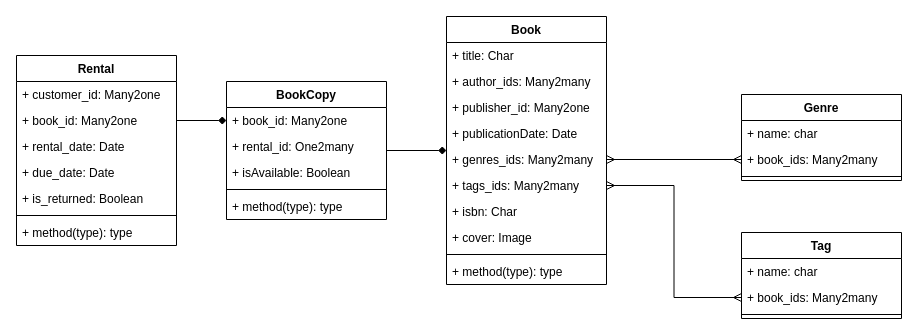
The draw.io diagram bs-library/models/diagram.drawio in jot-odoo/technical-training, before the edit. Source tidied: cells renumbered, new cells numbered last; positions are measured from the earlier drawing's top-left corner, leaving out a move shared by most shapes. Both pictures are drawn from the tidied source at 100%, with x=0, y=0 at pixel (16, 16).
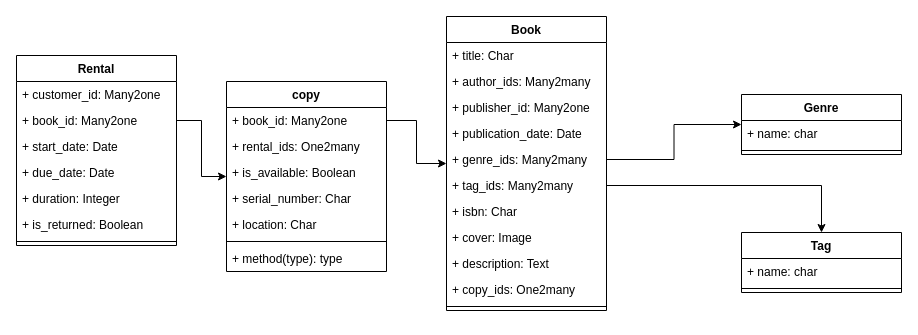
After the change.

Unchanged cells that the change refers to:
```xml
<mxCell id="17" value="Rental" style="swimlane;fontStyle=1;align=center;verticalAlign=top;horizontal=1;startSize=26;" parent="1" vertex="1">
  <mxGeometry y="39" width="160" height="190" as="geometry" />
</mxCell>
<mxCell id="19" value="+ book_id: Many2one" style="text;strokeColor=none;fillColor=none;align=left;verticalAlign=top;spacingLeft=4;spacingRight=4;overflow=hidden;points=[[0,0.5],[1,0.5]];portConstraint=eastwest;" parent="17" vertex="1">
  <mxGeometry y="52" width="160" height="26" as="geometry" />
</mxCell>
<mxCell id="27" value="+ book_id: Many2one" style="text;strokeColor=none;fillColor=none;align=left;verticalAlign=top;spacingLeft=4;spacingRight=4;overflow=hidden;points=[[0,0.5],[1,0.5]];portConstraint=eastwest;" parent="26" vertex="1">
  <mxGeometry y="26" width="160" height="26" as="geometry" />
</mxCell>
```

Diff of the diagram source:
```diff
@@
     <mxCell id="2" value="Book" style="swimlane;fontStyle=1;align=center;verticalAlign=top;horizontal=1;startSize=26;" parent="1" vertex="1">
-      <mxGeometry x="430" width="160" height="268" as="geometry" />
+      <mxGeometry x="430" width="160" height="294" as="geometry" />
     </mxCell>
@@
-    <mxCell id="6" value="+ publicationDate: Date" style="text;strokeColor=none;fillColor=none;align=left;verticalAlign=top;spacingLeft=4;spacingRight=4;overflow=hidden;" parent="2" vertex="1">
+    <mxCell id="6" value="+ publication_date: Date" style="text;strokeColor=none;fillColor=none;align=left;verticalAlign=top;spacingLeft=4;spacingRight=4;overflow=hidden;" parent="2" vertex="1">
       <mxGeometry y="104" width="160" height="26" as="geometry" />
     </mxCell>
-    <mxCell id="7" value="+ genres_ids: Many2many" style="text;strokeColor=none;fillColor=none;align=left;verticalAlign=top;spacingLeft=4;spacingRight=4;overflow=hidden;points=[[0,0.5],[1,0.5]];portConstraint=eastwest;" parent="2" vertex="1">
+    <mxCell id="7" value="+ genre_ids: Many2many" style="text;strokeColor=none;fillColor=none;align=left;verticalAlign=top;spacingLeft=4;spacingRight=4;overflow=hidden;points=[[0,0.5],[1,0.5]];portConstraint=eastwest;" parent="2" vertex="1">
       <mxGeometry y="130" width="160" height="26" as="geometry" />
     </mxCell>
-    <mxCell id="8" value="+ tags_ids: Many2many" style="text;strokeColor=none;fillColor=none;align=left;verticalAlign=top;spacingLeft=4;spacingRight=4;overflow=hidden;points=[[0,0.5],[1,0.5]];portConstraint=eastwest;" parent="2" vertex="1">
+    <mxCell id="8" value="+ tag_ids: Many2many" style="text;strokeColor=none;fillColor=none;align=left;verticalAlign=top;spacingLeft=4;spacingRight=4;overflow=hidden;points=[[0,0.5],[1,0.5]];portConstraint=eastwest;" parent="2" vertex="1">
       <mxGeometry y="156" width="160" height="26" as="geometry" />
     </mxCell>
@@
+    <mxCell id="39" value="+ description: Text" style="text;strokeColor=none;fillColor=none;align=left;verticalAlign=top;spacingLeft=4;spacingRight=4;overflow=hidden;" parent="2" vertex="1">
+      <mxGeometry y="234" width="160" height="26" as="geometry" />
+    </mxCell>
+    <mxCell id="40" value="+ copy_ids: One2many" style="text;strokeColor=none;fillColor=none;align=left;verticalAlign=top;spacingLeft=4;spacingRight=4;overflow=hidden;" parent="2" vertex="1">
+      <mxGeometry y="260" width="160" height="26" as="geometry" />
+    </mxCell>
     <mxCell id="11" style="line;strokeWidth=1;fillColor=none;align=left;verticalAlign=middle;spacingTop=-1;spacingLeft=3;spacingRight=3;labelPosition=right;" parent="2" vertex="1">
-      <mxGeometry y="234" width="160" height="8" as="geometry" />
+      <mxGeometry y="286" width="160" height="8" as="geometry" />
     </mxCell>
-    <mxCell id="12" value="+ method(type): type" style="text;strokeColor=none;fillColor=none;align=left;verticalAlign=top;spacingLeft=4;spacingRight=4;overflow=hidden;" parent="2" vertex="1">
-      <mxGeometry y="242" width="160" height="26" as="geometry" />
-    </mxCell>
     <mxCell id="13" value="Genre" style="swimlane;fontStyle=1;align=center;verticalAlign=top;horizontal=1;startSize=26;" parent="1" vertex="1">
-      <mxGeometry x="725" y="78" width="160" height="86" as="geometry" />
+      <mxGeometry x="725" y="78" width="160" height="60" as="geometry" />
     </mxCell>
@@
-    <mxCell id="15" value="+ book_ids: Many2many" style="text;strokeColor=none;fillColor=none;align=left;verticalAlign=top;spacingLeft=4;spacingRight=4;overflow=hidden;points=[[0,0.5],[1,0.5]];portConstraint=eastwest;" parent="13" vertex="1">
-      <mxGeometry y="52" width="160" height="26" as="geometry" />
-    </mxCell>
     <mxCell id="16" style="line;strokeWidth=1;fillColor=none;align=left;verticalAlign=middle;spacingTop=-1;spacingLeft=3;spacingRight=3;labelPosition=right;" parent="13" vertex="1">
-      <mxGeometry y="78" width="160" height="8" as="geometry" />
+      <mxGeometry y="52" width="160" height="8" as="geometry" />
     </mxCell>
@@
-    <mxCell id="20" value="+ rental_date: Date" style="text;strokeColor=none;fillColor=none;align=left;verticalAlign=top;spacingLeft=4;spacingRight=4;overflow=hidden;" parent="17" vertex="1">
+    <mxCell id="20" value="+ start_date: Date" style="text;strokeColor=none;fillColor=none;align=left;verticalAlign=top;spacingLeft=4;spacingRight=4;overflow=hidden;" parent="17" vertex="1">
       <mxGeometry y="78" width="160" height="26" as="geometry" />
     </mxCell>
@@
+    <mxCell id="41" value="+ duration: Integer" style="text;strokeColor=none;fillColor=none;align=left;verticalAlign=top;spacingLeft=4;spacingRight=4;overflow=hidden;" parent="17" vertex="1">
+      <mxGeometry y="130" width="160" height="26" as="geometry" />
+    </mxCell>
     <mxCell id="22" value="+ is_returned: Boolean" style="text;strokeColor=none;fillColor=none;align=left;verticalAlign=top;spacingLeft=4;spacingRight=4;overflow=hidden;" parent="17" vertex="1">
-      <mxGeometry y="130" width="160" height="26" as="geometry" />
+      <mxGeometry y="156" width="160" height="26" as="geometry" />
     </mxCell>
     <mxCell id="23" style="line;strokeWidth=1;fillColor=none;align=left;verticalAlign=middle;spacingTop=-1;spacingLeft=3;spacingRight=3;labelPosition=right;" parent="17" vertex="1">
-      <mxGeometry y="156" width="160" height="8" as="geometry" />
+      <mxGeometry y="182" width="160" height="8" as="geometry" />
     </mxCell>
-    <mxCell id="24" value="+ method(type): type" style="text;strokeColor=none;fillColor=none;align=left;verticalAlign=top;spacingLeft=4;spacingRight=4;overflow=hidden;" parent="17" vertex="1">
-      <mxGeometry y="164" width="160" height="26" as="geometry" />
-    </mxCell>
-    <mxCell id="25" style="edgeStyle=orthogonalEdgeStyle;rounded=0;jettySize=auto;html=1;startArrow=none;startFill=0;endArrow=diamond;endFill=1;" parent="1" edge="1" source="26" target="2">
-      <mxGeometry relative="1" as="geometry" />
-    </mxCell>
-    <mxCell id="26" value="BookCopy" style="swimlane;fontStyle=1;align=center;verticalAlign=top;horizontal=1;startSize=26;" parent="1" vertex="1">
-      <mxGeometry x="210" y="65" width="160" height="138" as="geometry" />
+    <mxCell id="26" value="copy" style="swimlane;fontStyle=1;align=center;verticalAlign=top;horizontal=1;startSize=26;" parent="1" vertex="1">
+      <mxGeometry x="210" y="65" width="160" height="190" as="geometry" />
     </mxCell>
@@
-    <mxCell id="28" value="+ rental_id: One2many" style="text;strokeColor=none;fillColor=none;align=left;verticalAlign=top;spacingLeft=4;spacingRight=4;overflow=hidden;" parent="26" vertex="1">
+    <mxCell id="28" value="+ rental_ids: One2many" style="text;strokeColor=none;fillColor=none;align=left;verticalAlign=top;spacingLeft=4;spacingRight=4;overflow=hidden;" parent="26" vertex="1">
       <mxGeometry y="52" width="160" height="26" as="geometry" />
     </mxCell>
-    <mxCell id="29" value="+ isAvailable: Boolean" style="text;strokeColor=none;fillColor=none;align=left;verticalAlign=top;spacingLeft=4;spacingRight=4;overflow=hidden;" parent="26" vertex="1">
+    <mxCell id="29" value="+ is_available: Boolean" style="text;strokeColor=none;fillColor=none;align=left;verticalAlign=top;spacingLeft=4;spacingRight=4;overflow=hidden;" parent="26" vertex="1">
       <mxGeometry y="78" width="160" height="26" as="geometry" />
     </mxCell>
+    <mxCell id="42" value="+ serial_number: Char" style="text;strokeColor=none;fillColor=none;align=left;verticalAlign=top;spacingLeft=4;spacingRight=4;overflow=hidden;" parent="26" vertex="1">
+      <mxGeometry y="104" width="160" height="26" as="geometry" />
+    </mxCell>
+    <mxCell id="43" value="+ location: Char" style="text;strokeColor=none;fillColor=none;align=left;verticalAlign=top;spacingLeft=4;spacingRight=4;overflow=hidden;" parent="26" vertex="1">
+      <mxGeometry y="130" width="160" height="26" as="geometry" />
+    </mxCell>
     <mxCell id="30" style="line;strokeWidth=1;fillColor=none;align=left;verticalAlign=middle;spacingTop=-1;spacingLeft=3;spacingRight=3;labelPosition=right;" parent="26" vertex="1">
-      <mxGeometry y="104" width="160" height="8" as="geometry" />
+      <mxGeometry y="156" width="160" height="8" as="geometry" />
     </mxCell>
     <mxCell id="31" value="+ method(type): type" style="text;strokeColor=none;fillColor=none;align=left;verticalAlign=top;spacingLeft=4;spacingRight=4;overflow=hidden;" parent="26" vertex="1">
-      <mxGeometry y="112" width="160" height="26" as="geometry" />
+      <mxGeometry y="164" width="160" height="26" as="geometry" />
     </mxCell>
-    <mxCell id="32" style="edgeStyle=orthogonalEdgeStyle;rounded=0;jettySize=auto;html=1;startArrow=ERmany;startFill=0;endArrow=ERmany;endFill=0;" parent="1" edge="1" source="15" target="7">
-      <mxGeometry relative="1" as="geometry" />
-    </mxCell>
     <mxCell id="33" value="Tag" style="swimlane;fontStyle=1;align=center;verticalAlign=top;horizontal=1;startSize=26;" parent="1" vertex="1">
-      <mxGeometry x="725" y="216" width="160" height="86" as="geometry" />
+      <mxGeometry x="725" y="216" width="160" height="60" as="geometry" />
     </mxCell>
@@
-    <mxCell id="35" value="+ book_ids: Many2many" style="text;strokeColor=none;fillColor=none;align=left;verticalAlign=top;spacingLeft=4;spacingRight=4;overflow=hidden;points=[[0,0.5],[1,0.5]];portConstraint=eastwest;" parent="33" vertex="1">
-      <mxGeometry y="52" width="160" height="26" as="geometry" />
-    </mxCell>
     <mxCell id="36" style="line;strokeWidth=1;fillColor=none;align=left;verticalAlign=middle;spacingTop=-1;spacingLeft=3;spacingRight=3;labelPosition=right;" parent="33" vertex="1">
-      <mxGeometry y="78" width="160" height="8" as="geometry" />
+      <mxGeometry y="52" width="160" height="8" as="geometry" />
     </mxCell>
-    <mxCell id="37" style="edgeStyle=orthogonalEdgeStyle;rounded=0;jettySize=auto;html=1;startArrow=ERmany;startFill=0;endArrow=ERmany;endFill=0;" parent="1" edge="1" source="8" target="35">
-      <mxGeometry relative="1" as="geometry" />
-    </mxCell>
-    <mxCell id="38" style="edgeStyle=orthogonalEdgeStyle;rounded=0;jettySize=auto;html=1;startArrow=none;startFill=0;endArrow=diamond;endFill=1;" parent="1" edge="1" source="19" target="27">
-      <mxGeometry relative="1" as="geometry" />
-    </mxCell>
+    <mxCell id="44" style="edgeStyle=orthogonalEdgeStyle;rounded=0;jettySize=auto;html=1;" parent="1" edge="1" source="19" target="26">
+      <mxGeometry relative="1" as="geometry" />
+    </mxCell>
+    <mxCell id="45" style="edgeStyle=orthogonalEdgeStyle;rounded=0;jettySize=auto;html=1;" parent="1" edge="1" source="27" target="2">
+      <mxGeometry relative="1" as="geometry" />
+    </mxCell>
+    <mxCell id="46" style="edgeStyle=orthogonalEdgeStyle;rounded=0;jettySize=auto;html=1;" parent="1" edge="1" source="7" target="13">
+      <mxGeometry relative="1" as="geometry" />
+    </mxCell>
+    <mxCell id="47" style="edgeStyle=orthogonalEdgeStyle;rounded=0;jettySize=auto;html=1;" parent="1" edge="1" source="8" target="33">
+      <mxGeometry relative="1" as="geometry" />
+    </mxCell>
```
